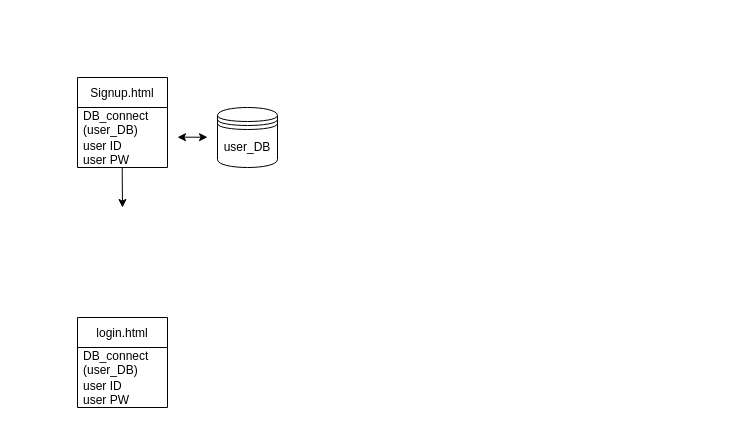
dbwofla11/java_script-yujaerim- keeps this draw.io diagram as Untitled Diagram.drawio. Above is the earlier version. Source tidied: cells renumbered, new cells numbered last; positions are measured from the earlier drawing's top-left corner, leaving out a move shared by most shapes. Both pictures are drawn from the tidied source at 100%, with x=0, y=0 at pixel (77, 77).
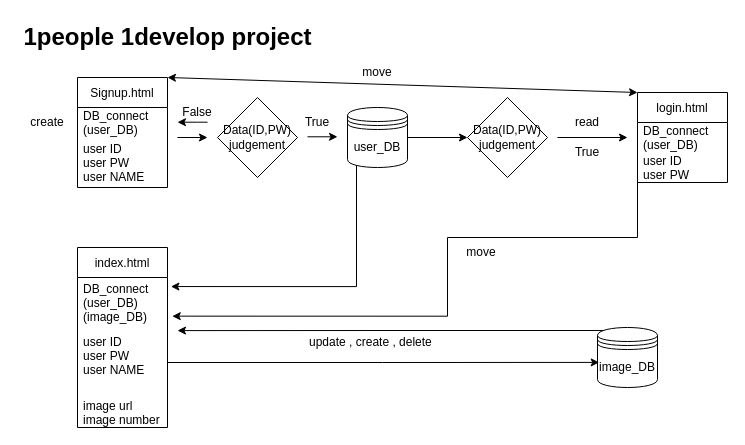
After the change.

Commit message:
1people 1develop project_v2 Diagram.drawio

Change to the diagram source:
```diff
@@
     <mxCell id="2" value="Signup.html" style="swimlane;fontStyle=0;horizontal=1;startSize=30;" parent="1" vertex="1">
-      <mxGeometry width="90" height="90" as="geometry" />
+      <mxGeometry width="90" height="110" as="geometry" />
     </mxCell>
@@
-    <mxCell id="4" value="user ID&#10;user PW" style="text;strokeColor=none;fillColor=none;align=left;verticalAlign=middle;spacingLeft=4;spacingRight=4;overflow=hidden;" parent="2" vertex="1">
-      <mxGeometry y="60" width="90" height="30" as="geometry" />
+    <mxCell id="4" value="user ID&#10;user PW&#10;user NAME" style="text;strokeColor=none;fillColor=none;align=left;verticalAlign=middle;spacingLeft=4;spacingRight=4;overflow=hidden;" parent="2" vertex="1">
+      <mxGeometry y="60" width="90" height="50" as="geometry" />
     </mxCell>
-    <mxCell id="5" style="endArrow=classic;html=1;rounded=0;" parent="1" edge="1">
-      <mxGeometry relative="1" as="geometry">
-        <mxPoint x="44.7" y="90" as="sourcePoint" />
-        <mxPoint x="45" y="130" as="targetPoint" />
-      </mxGeometry>
-    </mxCell>
+    <mxCell id="11" style="edgeStyle=orthogonalEdgeStyle;rounded=0;jettySize=auto;html=1;exitX=1;exitY=0.5;exitDx=0;exitDy=0;entryX=0;entryY=0.5;entryDx=0;entryDy=0;" parent="1" edge="1" source="6" target="26">
+      <mxGeometry relative="1" as="geometry" />
+    </mxCell>
+    <mxCell id="12" style="edgeStyle=orthogonalEdgeStyle;rounded=0;jettySize=auto;html=1;exitX=0.15;exitY=0.95;exitDx=0;exitDy=0;exitPerimeter=0;entryX=1.038;entryY=0.181;entryDx=0;entryDy=0;entryPerimeter=0;" parent="1" edge="1" source="6" target="9">
+      <mxGeometry relative="1" as="geometry" />
+    </mxCell>
     <mxCell id="6" value="user_DB" style="shape=datastore;whiteSpace=wrap;html=1;" parent="1" vertex="1">
-      <mxGeometry x="140" y="30" width="60" height="60" as="geometry" />
+      <mxGeometry x="270" y="30" width="60" height="60" as="geometry" />
     </mxCell>
-    <mxCell id="7" style="endArrow=classic;startArrow=classic;html=1;rounded=0;" parent="1" edge="1">
-      <mxGeometry relative="1" as="geometry">
-        <mxPoint x="100" y="59.7" as="sourcePoint" />
-        <mxPoint x="130" y="59.7" as="targetPoint" />
-      </mxGeometry>
-    </mxCell>
-    <mxCell id="8" value="login.html" style="swimlane;fontStyle=0;horizontal=1;startSize=30;" parent="1" vertex="1">
-      <mxGeometry y="240" width="90" height="90" as="geometry" />
+    <mxCell id="8" value="index.html" style="swimlane;fontStyle=0;horizontal=1;startSize=30;" parent="1" vertex="1">
+      <mxGeometry y="170" width="90" height="180" as="geometry" />
     </mxCell>
-    <mxCell id="9" value="DB_connect&#10;(user_DB)" style="text;strokeColor=none;fillColor=none;align=left;verticalAlign=middle;spacingLeft=4;spacingRight=4;overflow=hidden;points=[[0,0.5],[1,0.5]];portConstraint=eastwest;" parent="8" vertex="1">
-      <mxGeometry y="30" width="90" height="30" as="geometry" />
+    <mxCell id="9" value="DB_connect&#10;(user_DB)&#10;(image_DB)" style="text;strokeColor=none;fillColor=none;align=left;verticalAlign=middle;spacingLeft=4;spacingRight=4;overflow=hidden;points=[[0,0.5],[1,0.5]];portConstraint=eastwest;" parent="8" vertex="1">
+      <mxGeometry y="30" width="90" height="50" as="geometry" />
     </mxCell>
-    <mxCell id="10" value="user ID&#10;user PW" style="text;strokeColor=none;fillColor=none;align=left;verticalAlign=middle;spacingLeft=4;spacingRight=4;overflow=hidden;points=[[0,0.5],[1,0.5]];portConstraint=eastwest;" parent="8" vertex="1">
-      <mxGeometry y="60" width="90" height="30" as="geometry" />
+    <mxCell id="10" value="user ID&#10;user PW&#10;user NAME&#10;" style="text;strokeColor=none;fillColor=none;align=left;verticalAlign=middle;spacingLeft=4;spacingRight=4;overflow=hidden;points=[[0,0.5],[1,0.5]];portConstraint=eastwest;" parent="8" vertex="1">
+      <mxGeometry y="80" width="90" height="70" as="geometry" />
     </mxCell>
+    <mxCell id="13" value="image url&#10;image number&#10;" style="text;strokeColor=none;fillColor=none;align=left;verticalAlign=middle;spacingLeft=4;spacingRight=4;overflow=hidden;" parent="8" vertex="1">
+      <mxGeometry y="150" width="90" height="30" as="geometry" />
+    </mxCell>
+    <mxCell id="14" value="login.html" style="swimlane;fontStyle=0;horizontal=1;startSize=30;" parent="1" vertex="1">
+      <mxGeometry x="560" y="15" width="90" height="90" as="geometry" />
+    </mxCell>
+    <mxCell id="15" value="DB_connect&#10;(user_DB)" style="text;strokeColor=none;fillColor=none;align=left;verticalAlign=middle;spacingLeft=4;spacingRight=4;overflow=hidden;" parent="14" vertex="1">
+      <mxGeometry y="30" width="90" height="30" as="geometry" />
+    </mxCell>
+    <mxCell id="16" value="user ID&#10;user PW" style="text;strokeColor=none;fillColor=none;align=left;verticalAlign=middle;spacingLeft=4;spacingRight=4;overflow=hidden;points=[[0,0.5],[1,0.5]];portConstraint=eastwest;" parent="14" vertex="1">
+      <mxGeometry y="60" width="90" height="30" as="geometry" />
+    </mxCell>
+    <mxCell id="17" value="create&lt;br&gt;" style="text;html=1;strokeColor=none;fillColor=none;align=center;verticalAlign=middle;whiteSpace=wrap;rounded=0;" parent="1" vertex="1">
+      <mxGeometry x="-60" y="30" width="60" height="30" as="geometry" />
+    </mxCell>
+    <mxCell id="18" value="Data(ID,PW)&lt;br&gt;judgement&lt;br&gt;" style="rhombus;whiteSpace=wrap;html=1;" parent="1" vertex="1">
+      <mxGeometry x="140" y="20" width="80" height="80" as="geometry" />
+    </mxCell>
+    <mxCell id="19" style="endArrow=classic;html=1;rounded=0;" parent="1" edge="1">
+      <mxGeometry relative="1" as="geometry">
+        <mxPoint x="100" y="60" as="sourcePoint" />
+        <mxPoint x="130" y="60" as="targetPoint" />
+      </mxGeometry>
+    </mxCell>
+    <mxCell id="20" style="endArrow=classic;html=1;rounded=0;" parent="1" edge="1">
+      <mxGeometry relative="1" as="geometry">
+        <mxPoint x="230" y="59.3" as="sourcePoint" />
+        <mxPoint x="260" y="59.3" as="targetPoint" />
+      </mxGeometry>
+    </mxCell>
+    <mxCell id="21" value="True" style="text;html=1;strokeColor=none;fillColor=none;align=center;verticalAlign=middle;whiteSpace=wrap;rounded=0;" parent="1" vertex="1">
+      <mxGeometry x="210" y="40" width="60" height="10" as="geometry" />
+    </mxCell>
+    <mxCell id="22" style="endArrow=classic;html=1;rounded=0;" parent="1" edge="1">
+      <mxGeometry relative="1" as="geometry">
+        <mxPoint x="130" y="44.7" as="sourcePoint" />
+        <mxPoint x="100" y="44.7" as="targetPoint" />
+        <Array as="points">
+          <mxPoint x="120" y="44.7" />
+        </Array>
+      </mxGeometry>
+    </mxCell>
+    <mxCell id="23" value="False" style="text;html=1;strokeColor=none;fillColor=none;align=center;verticalAlign=middle;whiteSpace=wrap;rounded=0;" parent="1" vertex="1">
+      <mxGeometry x="90" y="30" width="60" height="10" as="geometry" />
+    </mxCell>
+    <mxCell id="24" style="endArrow=classic;html=1;rounded=0;" parent="1" edge="1">
+      <mxGeometry relative="1" as="geometry">
+        <mxPoint x="480" y="60" as="sourcePoint" />
+        <mxPoint x="550" y="60" as="targetPoint" />
+      </mxGeometry>
+    </mxCell>
+    <mxCell id="25" value="read" style="text;html=1;strokeColor=none;fillColor=none;align=center;verticalAlign=middle;whiteSpace=wrap;rounded=0;" parent="1" vertex="1">
+      <mxGeometry x="480" y="40" width="60" height="10" as="geometry" />
+    </mxCell>
+    <mxCell id="26" value="Data(ID,PW)&lt;br&gt;judgement&lt;br&gt;" style="rhombus;whiteSpace=wrap;html=1;" parent="1" vertex="1">
+      <mxGeometry x="390" y="20" width="80" height="80" as="geometry" />
+    </mxCell>
+    <mxCell id="27" value="True" style="text;html=1;strokeColor=none;fillColor=none;align=center;verticalAlign=middle;whiteSpace=wrap;rounded=0;" parent="1" vertex="1">
+      <mxGeometry x="480" y="70" width="60" height="10" as="geometry" />
+    </mxCell>
+    <mxCell id="28" style="edgeStyle=orthogonalEdgeStyle;rounded=0;jettySize=auto;html=1;exitX=0.15;exitY=0.05;exitDx=0;exitDy=0;exitPerimeter=0;" parent="1" edge="1" source="29">
+      <mxGeometry relative="1" as="geometry">
+        <mxPoint x="100" y="253.1" as="targetPoint" />
+      </mxGeometry>
+    </mxCell>
+    <mxCell id="29" value="image_DB" style="shape=datastore;whiteSpace=wrap;html=1;" parent="1" vertex="1">
+      <mxGeometry x="520" y="250" width="60" height="60" as="geometry" />
+    </mxCell>
+    <mxCell id="30" style="edgeStyle=orthogonalEdgeStyle;rounded=0;jettySize=auto;html=1;entryX=0.028;entryY=0.582;entryDx=0;entryDy=0;entryPerimeter=0;" parent="1" edge="1" source="10" target="29">
+      <mxGeometry relative="1" as="geometry" />
+    </mxCell>
+    <mxCell id="31" value="1people 1develop project" style="text;strokeColor=none;fillColor=none;html=1;fontSize=24;fontStyle=1;verticalAlign=middle;align=center;" parent="1" vertex="1">
+      <mxGeometry x="40" y="-60" width="100" height="40" as="geometry" />
+    </mxCell>
+    <mxCell id="32" value="update , create , delete&amp;nbsp;" style="text;html=1;strokeColor=none;fillColor=none;align=left;verticalAlign=middle;whiteSpace=wrap;rounded=0;" parent="1" vertex="1">
+      <mxGeometry x="230" y="260" width="360" height="10" as="geometry" />
+    </mxCell>
+    <mxCell id="33" style="edgeStyle=orthogonalEdgeStyle;rounded=0;jettySize=auto;html=1;exitX=0;exitY=0.5;exitDx=0;exitDy=0;entryX=1.053;entryY=0.773;entryDx=0;entryDy=0;entryPerimeter=0;" parent="1" edge="1" source="16" target="9">
+      <mxGeometry relative="1" as="geometry">
+        <Array as="points">
+          <mxPoint x="560" y="160" />
+          <mxPoint x="370" y="160" />
+          <mxPoint x="370" y="239" />
+        </Array>
+      </mxGeometry>
+    </mxCell>
+    <mxCell id="34" value="move" style="text;html=1;strokeColor=none;fillColor=none;align=center;verticalAlign=middle;whiteSpace=wrap;rounded=0;" parent="1" vertex="1">
+      <mxGeometry x="374" y="170" width="60" height="10" as="geometry" />
+    </mxCell>
+    <mxCell id="35" value="move" style="text;html=1;strokeColor=none;fillColor=none;align=center;verticalAlign=middle;whiteSpace=wrap;rounded=0;" parent="1" vertex="1">
+      <mxGeometry x="270" y="-10" width="60" height="10" as="geometry" />
+    </mxCell>
+    <mxCell id="36" style="endArrow=classic;startArrow=classic;html=1;rounded=0;entryX=0;entryY=0;entryDx=0;entryDy=0;" parent="1" edge="1" target="14">
+      <mxGeometry relative="1" as="geometry">
+        <mxPoint x="90" as="sourcePoint" />
+      </mxGeometry>
+    </mxCell>
```
